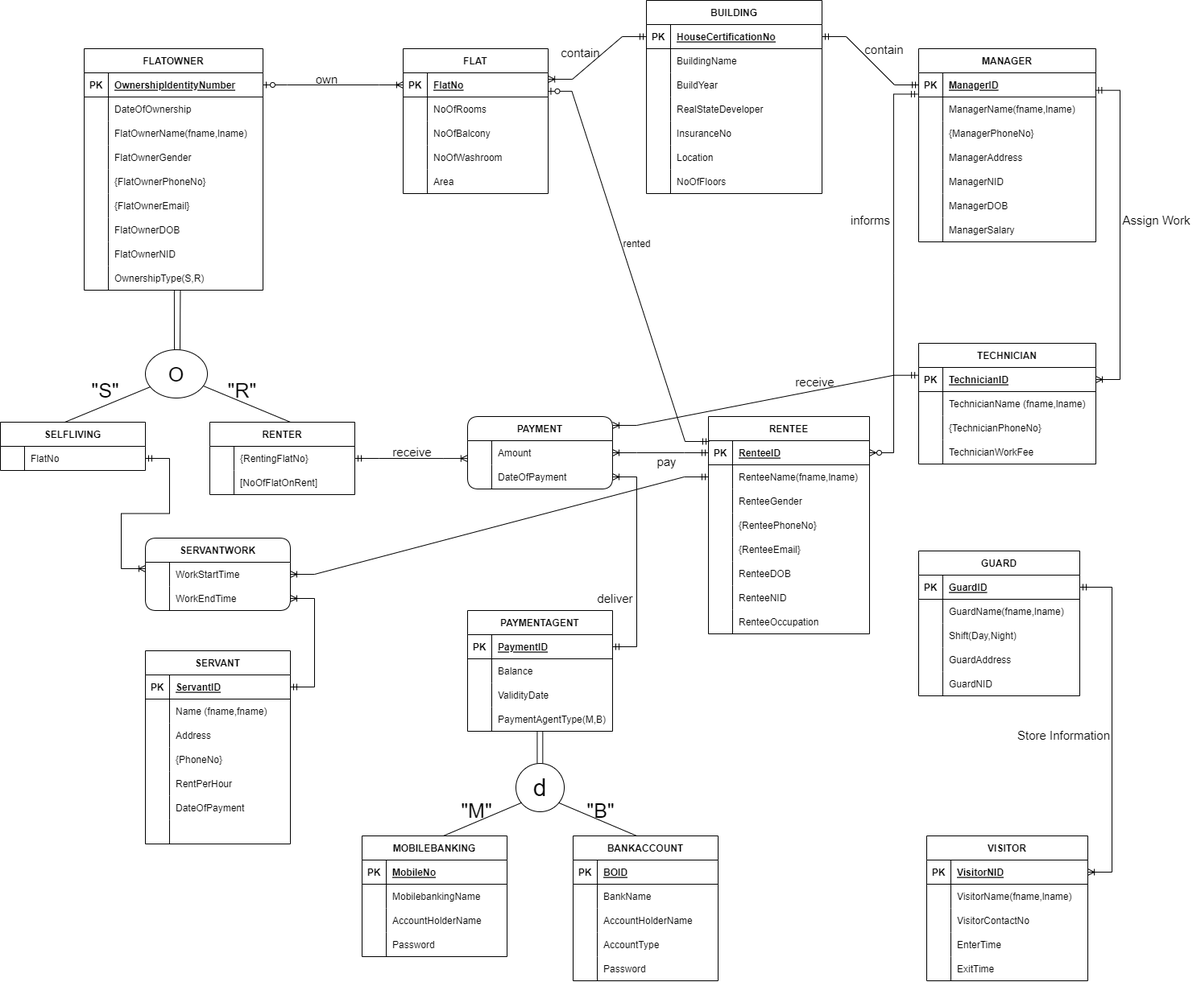
Before: EERD.png, a diagram exported from draw.io (toushifhossain1/Residential-Management-and-Monitoring-System). Source tidied: cells renumbered, new cells last; positions are measured from the earlier drawing's top-left corner, leaving out a move shared by most shapes.
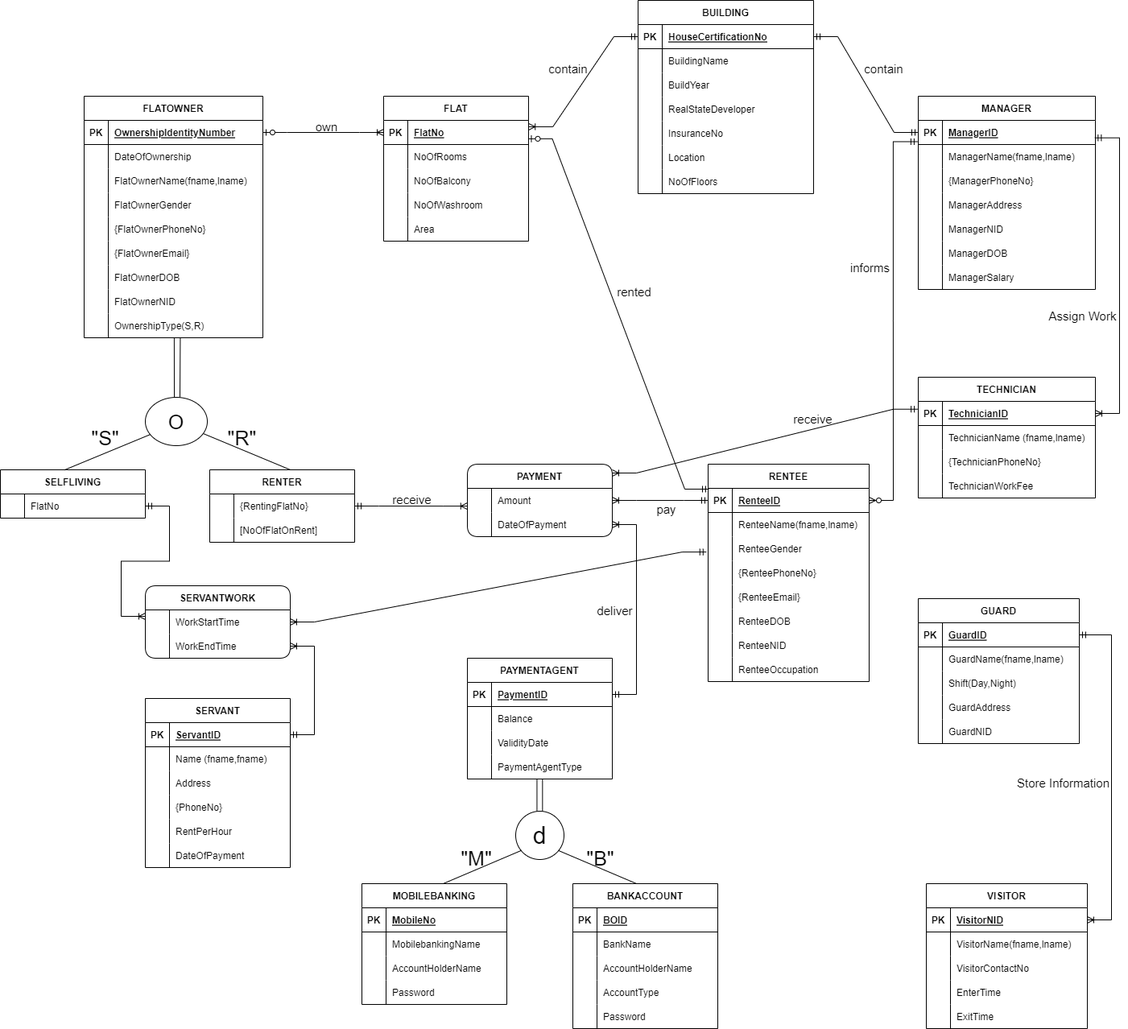
The same diagram one commit later.

Commit message:
Finalised&BeautifulledEERD

The edit, as a diff of the source:
```diff
@@ -80,7 +80,7 @@
     <mxCell id="27" style="shape=partialRectangle;fillColor=none;top=0;left=0;bottom=0;right=0;overflow=hidden;" parent="26" vertex="1">
       <mxGeometry width="30" height="30" as="geometry" />
     </mxCell>
-    <mxCell id="28" value="PaymentAgentType(M,B)" style="shape=partialRectangle;fillColor=none;top=0;left=0;bottom=0;right=0;align=left;spacingLeft=6;overflow=hidden;" parent="26" vertex="1">
+    <mxCell id="28" value="PaymentAgentType" style="shape=partialRectangle;fillColor=none;top=0;left=0;bottom=0;right=0;align=left;spacingLeft=6;overflow=hidden;" parent="26" vertex="1">
       <mxGeometry x="30" width="150" height="30" as="geometry" />
     </mxCell>
     <mxCell id="29" value="RENTEE" style="shape=table;startSize=30;rowLines=0;fontStyle=1;align=center;" parent="1" vertex="1">
@@ -159,7 +159,7 @@
       <mxGeometry x="30" width="170" height="30" as="geometry" />
     </mxCell>
     <mxCell id="54" value="SERVANT" style="shape=table;startSize=30;rowLines=0;fontStyle=1;align=center;" parent="1" vertex="1">
-      <mxGeometry x="180" y="808" width="180" height="240" as="geometry" />
+      <mxGeometry x="180" y="808" width="180" height="210" as="geometry" />
     </mxCell>
     <mxCell id="55" style="shape=tableRow;horizontal=0;startSize=0;swimlaneHead=0;swimlaneBody=0;fillColor=none;points=[[0,0.5],[1,0.5]];portConstraint=eastwest;top=0;left=0;right=0;bottom=1;" parent="54" vertex="1">
       <mxGeometry y="30" width="180" height="30" as="geometry" />
@@ -215,15 +215,6 @@
     <mxCell id="72" value="DateOfPayment" style="shape=partialRectangle;fillColor=none;top=0;left=0;bottom=0;right=0;align=left;spacingLeft=6;overflow=hidden;" parent="70" vertex="1">
       <mxGeometry x="30" width="150" height="30" as="geometry" />
     </mxCell>
-    <mxCell id="73" style="shape=tableRow;horizontal=0;startSize=0;swimlaneHead=0;swimlaneBody=0;fillColor=none;top=0;left=0;right=0;bottom=0;" parent="54" vertex="1">
-      <mxGeometry y="210" width="180" height="30" as="geometry" />
-    </mxCell>
-    <mxCell id="74" style="shape=partialRectangle;fillColor=none;top=0;left=0;bottom=0;right=0;overflow=hidden;" parent="73" vertex="1">
-      <mxGeometry width="30" height="30" as="geometry" />
-    </mxCell>
-    <mxCell id="75" style="shape=partialRectangle;fillColor=none;top=0;left=0;bottom=0;right=0;align=left;spacingLeft=6;overflow=hidden;" parent="73" vertex="1">
-      <mxGeometry x="30" width="150" height="30" as="geometry" />
-    </mxCell>
     <mxCell id="76" value="FLATOWNER" style="shape=table;startSize=30;rowLines=0;fontStyle=1;align=center;" parent="1" vertex="1">
       <mxGeometry x="104" y="60" width="222" height="300" as="geometry" />
     </mxCell>
@@ -346,7 +337,7 @@
       <mxGeometry x="270" y="464" width="60" height="40" as="geometry" />
     </mxCell>
     <mxCell id="115" value="FLAT" style="shape=table;startSize=30;rowLines=0;fontStyle=1;align=center;fontSize=12;" parent="1" vertex="1">
-      <mxGeometry x="500" y="60" width="180" height="180" as="geometry" />
+      <mxGeometry x="476" y="60" width="180" height="180" as="geometry" />
     </mxCell>
     <mxCell id="116" style="shape=tableRow;horizontal=0;startSize=0;swimlaneHead=0;swimlaneBody=0;fillColor=none;points=[[0,0.5],[1,0.5]];portConstraint=eastwest;top=0;left=0;right=0;bottom=1;fontSize=12;" parent="115" vertex="1">
       <mxGeometry y="30" width="180" height="30" as="geometry" />
@@ -394,7 +385,7 @@
       <mxGeometry x="30" width="150" height="30" as="geometry" />
     </mxCell>
     <mxCell id="131" value="TECHNICIAN" style="shape=table;startSize=30;rowLines=0;fontStyle=1;align=center;fontSize=12;" parent="1" vertex="1">
-      <mxGeometry x="1140" y="426" width="220" height="150" as="geometry" />
+      <mxGeometry x="1140" y="409" width="220" height="150" as="geometry" />
     </mxCell>
     <mxCell id="132" style="shape=tableRow;horizontal=0;startSize=0;swimlaneHead=0;swimlaneBody=0;fillColor=none;points=[[0,0.5],[1,0.5]];portConstraint=eastwest;top=0;left=0;right=0;bottom=1;fontSize=12;" parent="131" vertex="1">
       <mxGeometry y="30" width="220" height="30" as="geometry" />
@@ -682,10 +673,10 @@
       <mxGeometry relative="1" as="geometry" />
     </mxCell>
     <mxCell id="225" value="&lt;font style=&quot;font-size: 15px;&quot;&gt;deliver&lt;/font&gt;" style="text;html=1;align=center;verticalAlign=middle;strokeColor=none;fillColor=none;fontSize=12;" parent="1" vertex="1">
-      <mxGeometry x="728" y="728" width="70" height="30" as="geometry" />
+      <mxGeometry x="728" y="684" width="70" height="30" as="geometry" />
     </mxCell>
     <mxCell id="226" value="BUILDING" style="shape=table;startSize=30;rowLines=0;fontStyle=1;align=center;rounded=0;fontSize=12;" parent="1" vertex="1">
-      <mxGeometry x="802" width="218" height="240" as="geometry" />
+      <mxGeometry x="792" y="-59" width="218" height="240" as="geometry" />
     </mxCell>
     <mxCell id="227" style="shape=tableRow;horizontal=0;startSize=0;swimlaneHead=0;swimlaneBody=0;fillColor=none;points=[[0,0.5],[1,0.5]];portConstraint=eastwest;top=0;left=0;right=0;bottom=1;rounded=1;fontSize=15;" parent="226" vertex="1">
       <mxGeometry y="30" width="218" height="30" as="geometry" />
@@ -757,7 +748,7 @@
       <mxGeometry relative="1" as="geometry" />
     </mxCell>
     <mxCell id="250" value="contain" style="text;html=1;align=center;verticalAlign=middle;strokeColor=none;fillColor=none;fontSize=15;" parent="1" vertex="1">
-      <mxGeometry x="685" y="50" width="70" height="30" as="geometry" />
+      <mxGeometry x="670" y="11" width="70" height="30" as="geometry" />
     </mxCell>
     <mxCell id="251" style="edgeStyle=entityRelationEdgeStyle;fontSize=12;html=1;endArrow=ERzeroToMany;startArrow=ERmandOne;rounded=0;exitX=-0.005;exitY=0.882;exitDx=0;exitDy=0;exitPerimeter=0;" parent="1" edge="1" source="161" target="30">
       <mxGeometry relative="1" as="geometry" />
@@ -766,7 +757,7 @@
       <mxGeometry x="1045" y="258" width="70" height="30" as="geometry" />
     </mxCell>
     <mxCell id="253" value="&lt;font style=&quot;font-size: 15px;&quot;&gt;contain&lt;/font&gt;" style="text;html=1;align=center;verticalAlign=middle;strokeColor=none;fillColor=none;fontSize=12;" parent="1" vertex="1">
-      <mxGeometry x="1062" y="46" width="70" height="30" as="geometry" />
+      <mxGeometry x="1062" y="11" width="70" height="30" as="geometry" />
     </mxCell>
     <mxCell id="254" style="edgeStyle=entityRelationEdgeStyle;fontSize=12;html=1;endArrow=ERoneToMany;startArrow=ERmandOne;rounded=0;exitX=0.997;exitY=0.723;exitDx=0;exitDy=0;exitPerimeter=0;" parent="1" edge="1" source="161" target="132">
       <mxGeometry relative="1" as="geometry" />
@@ -826,13 +817,13 @@
       <mxGeometry x="1250" y="898" width="140" height="30" as="geometry" />
     </mxCell>
     <mxCell id="273" value="&lt;font style=&quot;font-size: 15px;&quot;&gt;Assign Work&lt;/font&gt;" style="text;html=1;align=center;verticalAlign=middle;strokeColor=none;fillColor=none;fontSize=12;" parent="1" vertex="1">
-      <mxGeometry x="1380" y="258" width="110" height="30" as="geometry" />
+      <mxGeometry x="1289" y="318" width="110" height="30" as="geometry" />
     </mxCell>
     <mxCell id="274" style="edgeStyle=entityRelationEdgeStyle;fontSize=12;html=1;endArrow=ERoneToMany;startArrow=ERmandOne;rounded=0;exitX=-0.004;exitY=0.324;exitDx=0;exitDy=0;exitPerimeter=0;entryX=1;entryY=0.122;entryDx=0;entryDy=0;entryPerimeter=0;" parent="1" edge="1" source="132" target="9">
       <mxGeometry relative="1" as="geometry" />
     </mxCell>
     <mxCell id="275" value="receive" style="text;html=1;align=center;verticalAlign=middle;strokeColor=none;fillColor=none;fontSize=15;" parent="1" vertex="1">
-      <mxGeometry x="976" y="459" width="70" height="30" as="geometry" />
+      <mxGeometry x="974" y="446" width="70" height="30" as="geometry" />
     </mxCell>
     <mxCell id="276" value="SERVANTWORK" style="shape=table;startSize=30;rowLines=0;fontStyle=1;align=center;rounded=1;" parent="1" vertex="1">
       <mxGeometry x="180" y="668" width="180" height="90" as="geometry" />
@@ -858,8 +849,8 @@
     <mxCell id="283" style="edgeStyle=entityRelationEdgeStyle;fontSize=12;html=1;endArrow=ERzeroToOne;startArrow=ERmandOne;rounded=0;entryX=0.997;entryY=0.762;entryDx=0;entryDy=0;entryPerimeter=0;exitX=0.005;exitY=0.033;exitDx=0;exitDy=0;exitPerimeter=0;" parent="1" edge="1" source="30" target="116">
       <mxGeometry relative="1" as="geometry" />
     </mxCell>
-    <mxCell id="284" value="rented" style="text;html=1;align=center;verticalAlign=middle;strokeColor=none;fillColor=none;fontSize=12;" parent="1" vertex="1">
-      <mxGeometry x="760" y="288" width="60" height="30" as="geometry" />
+    <mxCell id="284" value="&lt;font style=&quot;font-size: 15px;&quot;&gt;rented&lt;/font&gt;" style="text;html=1;align=center;verticalAlign=middle;strokeColor=none;fillColor=none;fontSize=12;" parent="1" vertex="1">
+      <mxGeometry x="752" y="288" width="70" height="30" as="geometry" />
     </mxCell>
     <mxCell id="285" style="edgeStyle=entityRelationEdgeStyle;fontSize=12;html=1;endArrow=ERoneToMany;startArrow=ERmandOne;rounded=0;" parent="1" edge="1" source="105">
       <mxGeometry relative="1" as="geometry">
@@ -869,7 +860,7 @@
     <mxCell id="286" style="edgeStyle=entityRelationEdgeStyle;fontSize=12;html=1;endArrow=ERoneToMany;startArrow=ERmandOne;rounded=0;" parent="1" edge="1" source="55" target="280">
       <mxGeometry relative="1" as="geometry" />
     </mxCell>
-    <mxCell id="287" style="edgeStyle=entityRelationEdgeStyle;fontSize=12;html=1;endArrow=ERoneToMany;startArrow=ERmandOne;rounded=0;" parent="1" edge="1" source="33" target="277">
+    <mxCell id="287" style="edgeStyle=entityRelationEdgeStyle;fontSize=12;html=1;endArrow=ERoneToMany;startArrow=ERmandOne;rounded=0;exitX=-0.011;exitY=0.637;exitDx=0;exitDy=0;exitPerimeter=0;" parent="1" edge="1" source="36" target="277">
       <mxGeometry relative="1" as="geometry" />
     </mxCell>
   </root>
```
